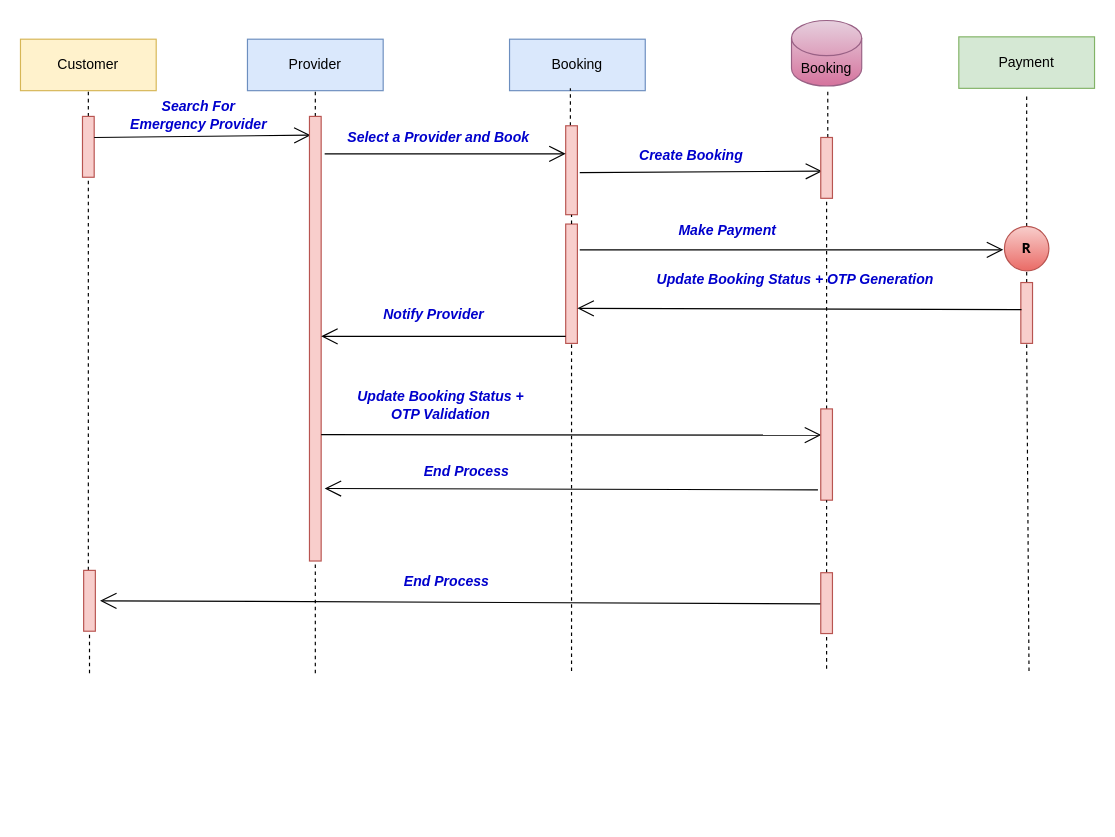
CrossDimension-LLP/sosh-HLS-designs keeps this draw.io diagram as page "Emergency Journey" (3 of 3) of HLS.-Design.drawio. Above is the earlier version. Source tidied: cells renumbered, new cells numbered last; positions are measured from the earlier drawing's top-left corner, leaving out a move shared by most shapes. Both pictures are drawn from the tidied source at 117%, with x=0, y=0 at pixel (20, 20).
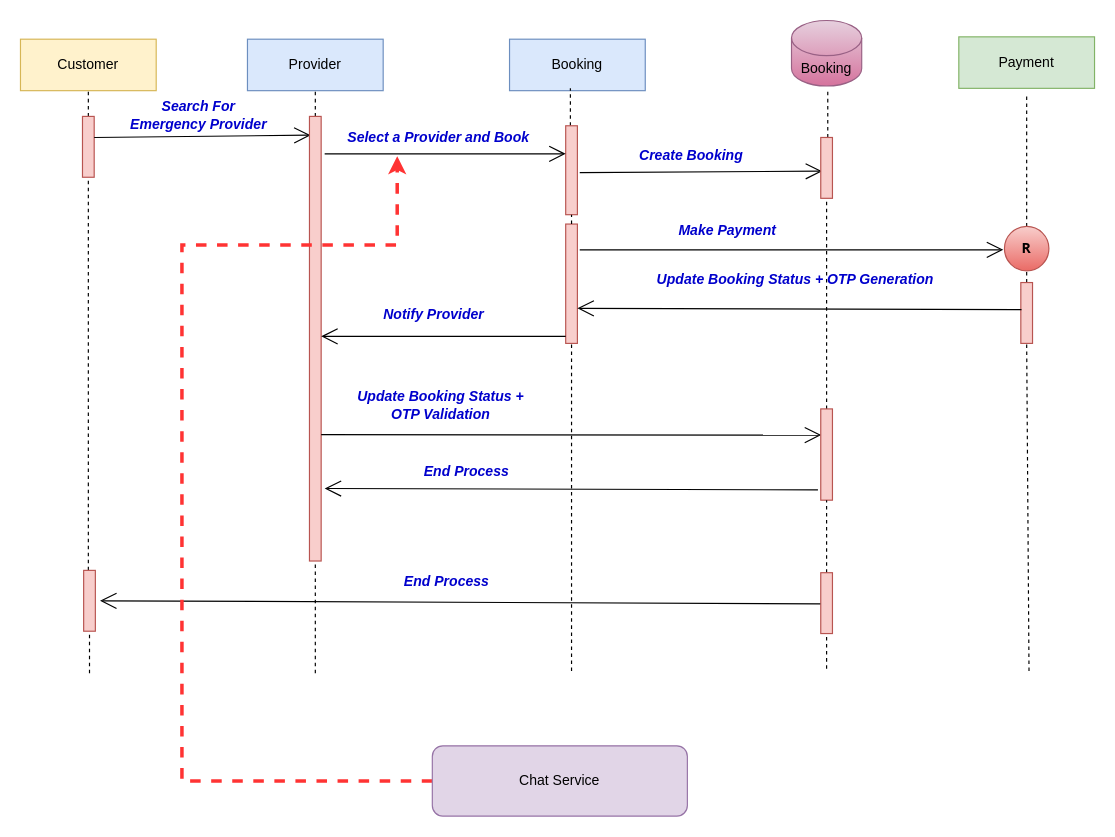
Above is the later version.

What changed in the source:
```diff
@@
+    <mxCell id="50" style="edgeStyle=orthogonalEdgeStyle;rounded=0;jettySize=auto;html=1;dashed=1;strokeColor=#FF3333;strokeWidth=3;" parent="1" edge="1" source="51">
+      <mxGeometry relative="1" as="geometry">
+        <mxPoint x="322" y="116" as="targetPoint" />
+        <Array as="points">
+          <mxPoint x="138" y="650" />
+          <mxPoint x="138" y="192" />
+          <mxPoint x="322" y="192" />
+        </Array>
+      </mxGeometry>
+    </mxCell>
+    <mxCell id="51" value="Chat Service" style="rounded=1;whiteSpace=wrap;html=1;fillColor=#e1d5e7;strokeColor=#9673a6;" parent="1" vertex="1">
+      <mxGeometry x="352" y="620" width="218" height="60" as="geometry" />
+    </mxCell>
```
